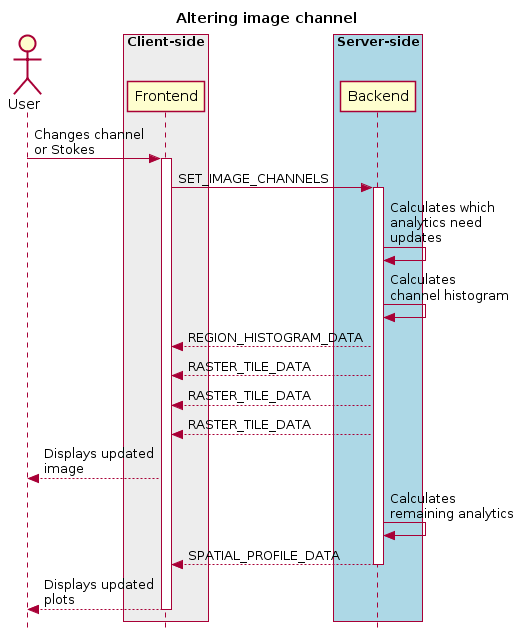
This is docs/images/image8.png from CARTAvis/carta-protobuf, a PlantUML export, as it was before one commit.
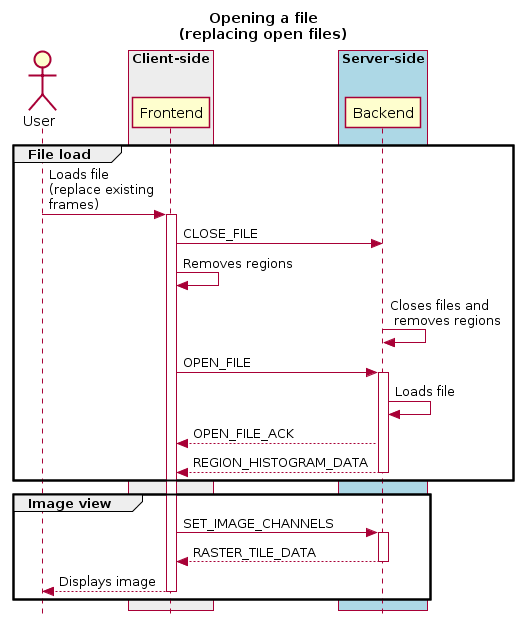
After the change.

Change to the diagram source:
```diff
@@ -1,30 +1,35 @@
 @startuml
 skinparam style strictuml
 hide footbox
-title Altering image channel
+title Opening a file\n(replacing open files)
 
 actor User
-box "Client-side" #EDEDED
+box "Client-side"  #EDEDED
         participant Frontend
 end box
 
 box "Server-side" #lightblue
 	participant Backend
 end box
-User -> Frontend: Changes channel\nor Stokes
+group File load
+User -> Frontend : Loads file\n(replace existing\nframes)
 activate Frontend
+Frontend -> Backend : CLOSE_FILE
+Frontend -> Frontend : Removes regions
+Backend -> Backend : Closes files and\n removes regions
+Frontend -> Backend : OPEN_FILE
+activate Backend
+Backend -> Backend : Loads file
+Frontend <-- Backend : OPEN_FILE_ACK
+Frontend <-- Backend : REGION_HISTOGRAM_DATA
+deactivate Backend
+end
+group Image view
 Frontend -> Backend : SET_IMAGE_CHANNELS
 activate Backend
-Backend -> Backend: Calculates which\nanalytics need\nupdates
-Backend -> Backend: Calculates\nchannel histogram
-Frontend <-- Backend : REGION_HISTOGRAM_DATA
 Frontend <-- Backend : RASTER_TILE_DATA
-Frontend <-- Backend : RASTER_TILE_DATA
-Frontend <-- Backend : RASTER_TILE_DATA
-User <-- Frontend: Displays updated\nimage
-Backend -> Backend: Calculates\nremaining analytics
-Frontend <-- Backend : SPATIAL_PROFILE_DATA
 deactivate Backend
-User <-- Frontend: Displays updated\nplots
+User <-- Frontend: Displays image
 deactivate Frontend
+end
 @enduml
```
